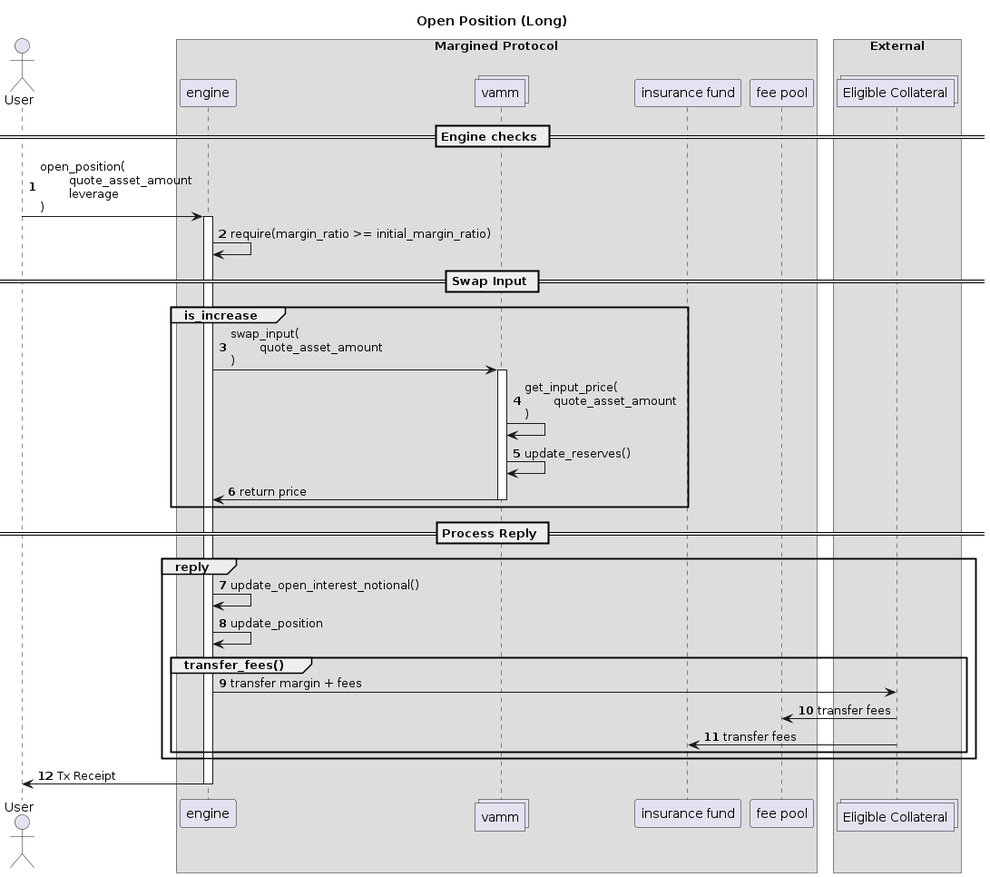
Earlier version of the PlantUML export architecture/images/open-pos.png (margined-protocol/docs).
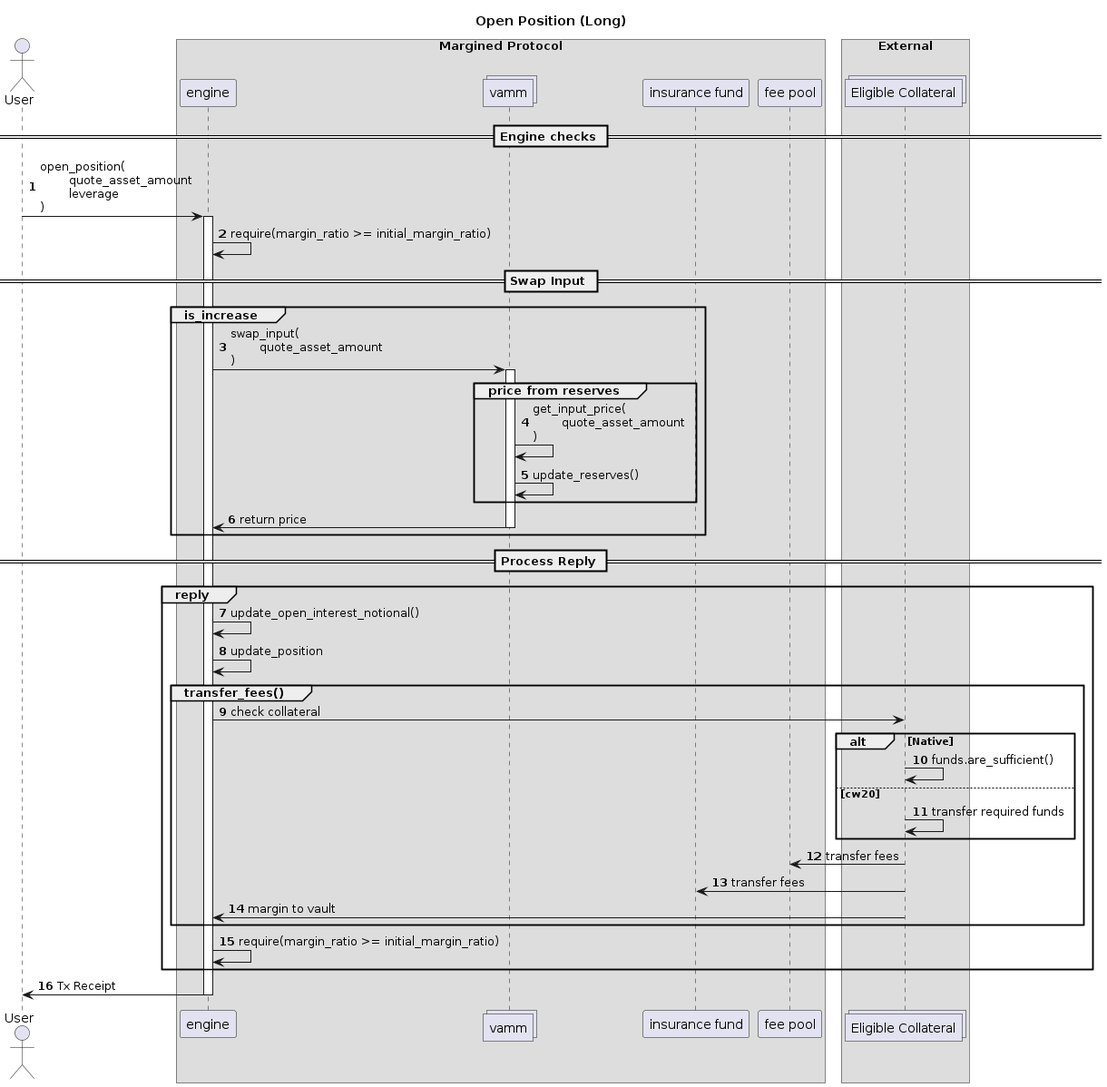
After the change.

Change to the diagram source:
```diff
@@ -10,7 +10,7 @@
 end box
 
 box "External"
-    collections "Eligible Collateral" as cw20
+    collections "Eligible Collateral" as token
 end box
 
 
@@ -29,8 +29,10 @@
     engine -> vamm : swap_input(\n\tquote_asset_amount\n)
     activate vamm
 
-    vamm -> vamm: get_input_price(\n\tquote_asset_amount\n)
-    vamm -> vamm: update_reserves()
+    Group price from reserves
+        vamm -> vamm: get_input_price(\n\tquote_asset_amount\n)
+        vamm -> vamm: update_reserves()
+    end
 
     vamm -> engine: return price
     deactivate vamm
@@ -43,10 +45,19 @@
     engine -> engine: update_position
 
     Group transfer_fees()
-        engine -> cw20 : transfer margin + fees
-        cw20 -> pool : transfer fees
-        cw20 -> insurance : transfer fees
+        engine -> token : check collateral
+        alt Native
+            token -> token : funds.are_sufficient()
+        else cw20
+            token -> token : transfer required funds
+        end
+        token -> pool : transfer fees
+        token -> insurance : transfer fees
+        token -> engine : margin to vault
     end
+
+    engine -> engine: require(margin_ratio >= initial_margin_ratio)
+
 end
 
 engine -> User : Tx Receipt
```
